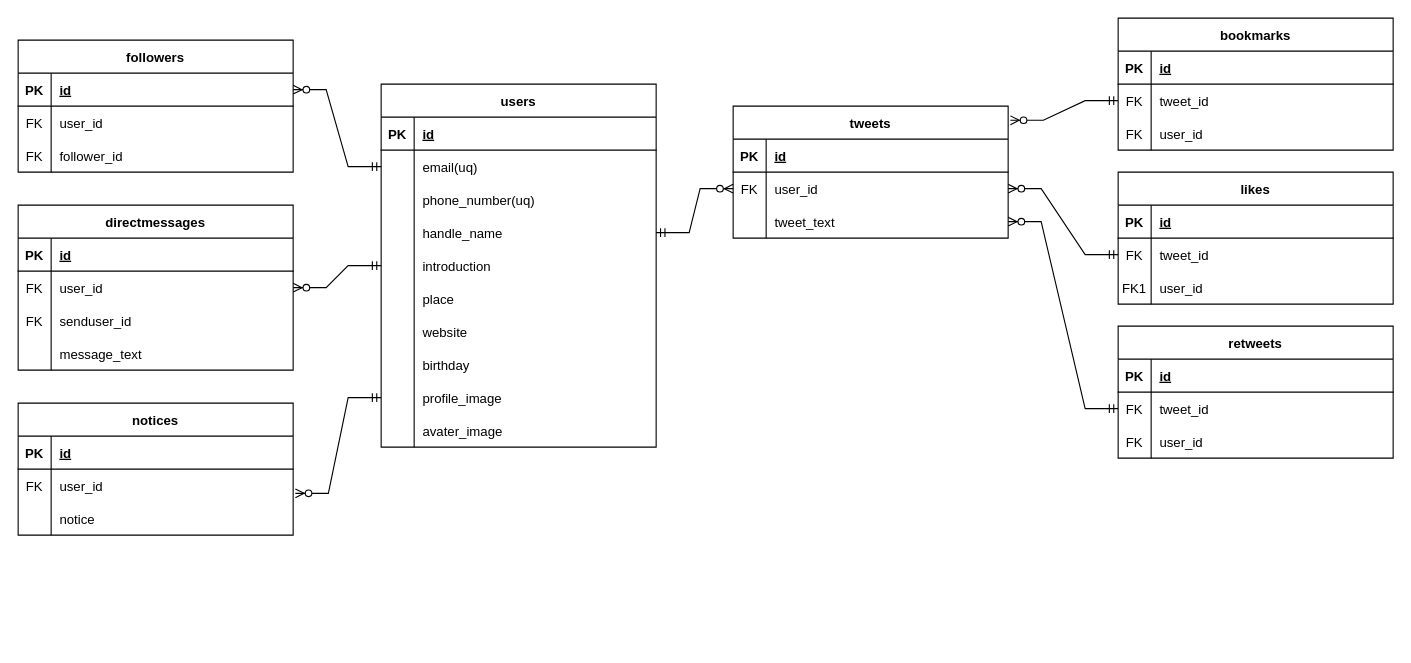
Before: twitter_draft.drawio in hie3-336/rails_twitter, a draw.io diagram. Source tidied: cells renumbered, new cells numbered last; positions are measured from the earlier drawing's top-left corner, leaving out a move shared by most shapes. Both pictures are drawn from the tidied source at 110%, with x=0, y=0 at pixel (18, 18).
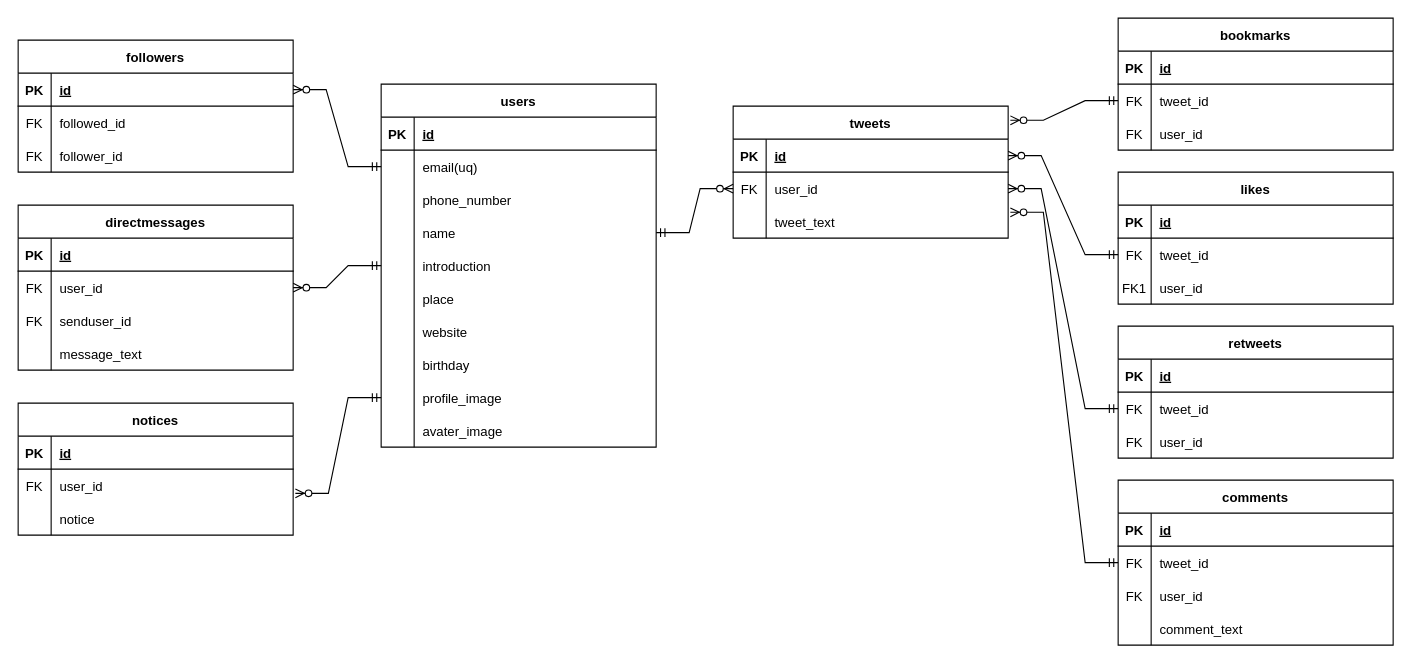
The same page after the edit.

Commit message:
ER図の更新(comments追加、users、followers修正)

The change refers to these unchanged cells:
```xml
<mxCell id="9" style="shape=partialRectangle;fillColor=none;top=0;left=0;right=0;bottom=0;" parent="2" vertex="1">
  <mxGeometry y="90" width="250" height="30" as="geometry" />
</mxCell>
<mxCell id="12" style="shape=partialRectangle;fillColor=none;points=[[0,0.5],[1,0.5]];portConstraint=eastwest;top=0;left=0;right=0;bottom=0;" parent="2" vertex="1">
  <mxGeometry y="120" width="250" height="30" as="geometry" />
</mxCell>
<mxCell id="34" style="shape=partialRectangle;fillColor=none;points=[[0,0.5],[1,0.5]];portConstraint=eastwest;top=0;left=0;right=0;bottom=1;" parent="33" vertex="1">
  <mxGeometry y="30" width="250" height="30" as="geometry" />
</mxCell>
<mxCell id="37" style="shape=partialRectangle;fillColor=none;points=[[0,0.5],[1,0.5]];portConstraint=eastwest;top=0;left=0;right=0;bottom=0;" parent="33" vertex="1">
  <mxGeometry y="60" width="250" height="30" as="geometry" />
</mxCell>
<mxCell id="40" style="shape=partialRectangle;fillColor=none;points=[[0,0.5],[1,0.5]];portConstraint=eastwest;top=0;left=0;right=0;bottom=0;" parent="33" vertex="1">
  <mxGeometry y="90" width="250" height="30" as="geometry" />
</mxCell>
<mxCell id="47" style="shape=partialRectangle;fillColor=none;points=[[0,0.5],[1,0.5]];portConstraint=eastwest;top=0;left=0;right=0;bottom=0;" parent="43" vertex="1">
  <mxGeometry y="60" width="250" height="30" as="geometry" />
</mxCell>
<mxCell id="57" style="shape=partialRectangle;fillColor=none;points=[[0,0.5],[1,0.5]];portConstraint=eastwest;top=0;left=0;right=0;bottom=0;" parent="53" vertex="1">
  <mxGeometry y="60" width="250" height="30" as="geometry" />
</mxCell>
<mxCell id="77" style="shape=partialRectangle;fillColor=none;top=0;left=0;right=0;bottom=0;" parent="73" vertex="1">
  <mxGeometry y="60" width="250" height="30" as="geometry" />
</mxCell>
```

The edit, as a diff of the source:
```diff
@@
-    <mxCell id="11" value="phone_number(uq)" style="shape=partialRectangle;overflow=hidden;fillColor=none;top=0;left=0;bottom=0;right=0;align=left;spacingLeft=6;" parent="9" vertex="1">
+    <mxCell id="11" value="phone_number" style="shape=partialRectangle;overflow=hidden;fillColor=none;top=0;left=0;bottom=0;right=0;align=left;spacingLeft=6;" parent="9" vertex="1">
       <mxGeometry x="30" width="220" height="30" as="geometry" />
     </mxCell>
@@
-    <mxCell id="14" value="handle_name" style="shape=partialRectangle;overflow=hidden;fillColor=none;top=0;left=0;bottom=0;right=0;align=left;spacingLeft=6;" parent="12" vertex="1">
+    <mxCell id="14" value="name" style="shape=partialRectangle;overflow=hidden;fillColor=none;top=0;left=0;bottom=0;right=0;align=left;spacingLeft=6;" parent="12" vertex="1">
       <mxGeometry x="30" width="220" height="30" as="geometry" />
     </mxCell>
@@
-    <mxCell id="79" value="user_id" style="shape=partialRectangle;overflow=hidden;fillColor=none;top=0;left=0;bottom=0;right=0;align=left;spacingLeft=6;" parent="77" vertex="1">
+    <mxCell id="79" value="followed_id" style="shape=partialRectangle;overflow=hidden;fillColor=none;top=0;left=0;bottom=0;right=0;align=left;spacingLeft=6;" parent="77" vertex="1">
       <mxGeometry x="30" width="220" height="30" as="geometry" />
     </mxCell>
@@
-    <mxCell id="108" style="edgeStyle=entityRelationEdgeStyle;fontSize=12;html=1;endArrow=ERzeroToMany;startArrow=ERmandOne;rounded=0;entryX=1;entryY=0.5;entryDx=0;entryDy=0;exitX=0;exitY=0.5;exitDx=0;exitDy=0;" parent="1" edge="1" source="47" target="37">
+    <mxCell id="108" style="edgeStyle=entityRelationEdgeStyle;fontSize=12;html=1;endArrow=ERzeroToMany;startArrow=ERmandOne;rounded=0;entryX=1;entryY=0.5;entryDx=0;entryDy=0;exitX=0;exitY=0.5;exitDx=0;exitDy=0;" parent="1" edge="1" source="47" target="34">
       <mxGeometry relative="1" as="geometry" />
     </mxCell>
-    <mxCell id="109" style="edgeStyle=entityRelationEdgeStyle;fontSize=12;html=1;endArrow=ERzeroToMany;startArrow=ERmandOne;rounded=0;entryX=1;entryY=0.5;entryDx=0;entryDy=0;exitX=0;exitY=0.5;exitDx=0;exitDy=0;" parent="1" edge="1" source="57" target="40">
+    <mxCell id="109" style="edgeStyle=entityRelationEdgeStyle;fontSize=12;html=1;endArrow=ERzeroToMany;startArrow=ERmandOne;rounded=0;entryX=1;entryY=0.5;entryDx=0;entryDy=0;exitX=0;exitY=0.5;exitDx=0;exitDy=0;" parent="1" edge="1" source="57" target="37">
       <mxGeometry relative="1" as="geometry" />
     </mxCell>
@@
+    <mxCell id="113" value="comments" style="shape=table;startSize=30;childLayout=tableLayout;rowLines=0;fontStyle=1;align=center;" parent="1" vertex="1">
+      <mxGeometry x="1000" y="420" width="250" height="150" as="geometry" />
+    </mxCell>
+    <mxCell id="114" style="shape=partialRectangle;fillColor=none;top=0;left=0;right=0;bottom=1;" parent="113" vertex="1">
+      <mxGeometry y="30" width="250" height="30" as="geometry" />
+    </mxCell>
+    <mxCell id="115" value="PK" style="shape=partialRectangle;overflow=hidden;fillColor=none;top=0;left=0;bottom=0;right=0;fontStyle=1;" parent="114" vertex="1">
+      <mxGeometry width="30" height="30" as="geometry" />
+    </mxCell>
+    <mxCell id="116" value="id" style="shape=partialRectangle;overflow=hidden;fillColor=none;top=0;left=0;bottom=0;right=0;align=left;spacingLeft=6;fontStyle=5;" parent="114" vertex="1">
+      <mxGeometry x="30" width="220" height="30" as="geometry" />
+    </mxCell>
+    <mxCell id="117" style="shape=partialRectangle;fillColor=none;points=[[0,0.5],[1,0.5]];portConstraint=eastwest;top=0;left=0;right=0;bottom=0;" parent="113" vertex="1">
+      <mxGeometry y="60" width="250" height="30" as="geometry" />
+    </mxCell>
+    <mxCell id="118" value="FK" style="shape=partialRectangle;overflow=hidden;fillColor=none;top=0;left=0;bottom=0;right=0;" parent="117" vertex="1">
+      <mxGeometry width="30" height="30" as="geometry" />
+    </mxCell>
+    <mxCell id="119" value="tweet_id" style="shape=partialRectangle;overflow=hidden;fillColor=none;top=0;left=0;bottom=0;right=0;align=left;spacingLeft=6;" parent="117" vertex="1">
+      <mxGeometry x="30" width="220" height="30" as="geometry" />
+    </mxCell>
+    <mxCell id="120" style="shape=partialRectangle;fillColor=none;top=0;left=0;right=0;bottom=0;" parent="113" vertex="1">
+      <mxGeometry y="90" width="250" height="30" as="geometry" />
+    </mxCell>
+    <mxCell id="121" value="FK" style="shape=partialRectangle;overflow=hidden;fillColor=none;top=0;left=0;bottom=0;right=0;" parent="120" vertex="1">
+      <mxGeometry width="30" height="30" as="geometry" />
+    </mxCell>
+    <mxCell id="122" value="user_id" style="shape=partialRectangle;overflow=hidden;fillColor=none;top=0;left=0;bottom=0;right=0;align=left;spacingLeft=6;" parent="120" vertex="1">
+      <mxGeometry x="30" width="220" height="30" as="geometry" />
+    </mxCell>
+    <mxCell id="123" style="shape=partialRectangle;fillColor=none;top=0;left=0;right=0;bottom=0;" parent="113" vertex="1">
+      <mxGeometry y="120" width="250" height="30" as="geometry" />
+    </mxCell>
+    <mxCell id="124" style="shape=partialRectangle;overflow=hidden;fillColor=none;top=0;left=0;bottom=0;right=0;" parent="123" vertex="1">
+      <mxGeometry width="30" height="30" as="geometry" />
+    </mxCell>
+    <mxCell id="125" value="comment_text" style="shape=partialRectangle;overflow=hidden;fillColor=none;top=0;left=0;bottom=0;right=0;align=left;spacingLeft=6;" parent="123" vertex="1">
+      <mxGeometry x="30" width="220" height="30" as="geometry" />
+    </mxCell>
+    <mxCell id="126" style="edgeStyle=entityRelationEdgeStyle;fontSize=12;html=1;endArrow=ERzeroToMany;startArrow=ERmandOne;rounded=0;entryX=1.008;entryY=0.217;entryDx=0;entryDy=0;entryPerimeter=0;" parent="1" edge="1" source="117" target="40">
+      <mxGeometry relative="1" as="geometry" />
+    </mxCell>
```
